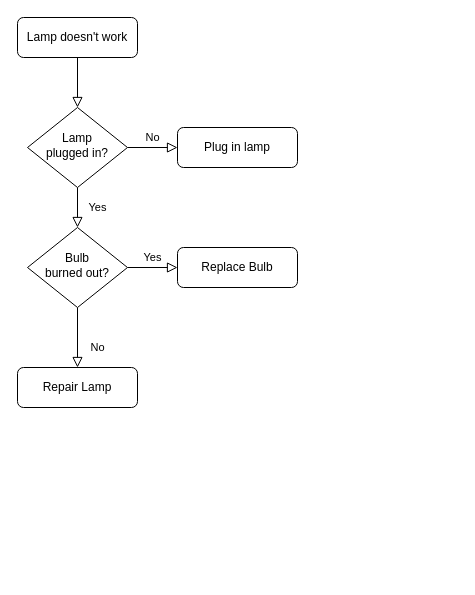
The draw.io diagram Untitled Diagram.drawio in heylovie/interfaith-hugo, before the edit. Source tidied: cells renumbered, new cells numbered last; positions are measured from the earlier drawing's top-left corner, leaving out a move shared by most shapes. Both pictures are drawn from the tidied source at 100%, with x=0, y=0 at pixel (17, 17).
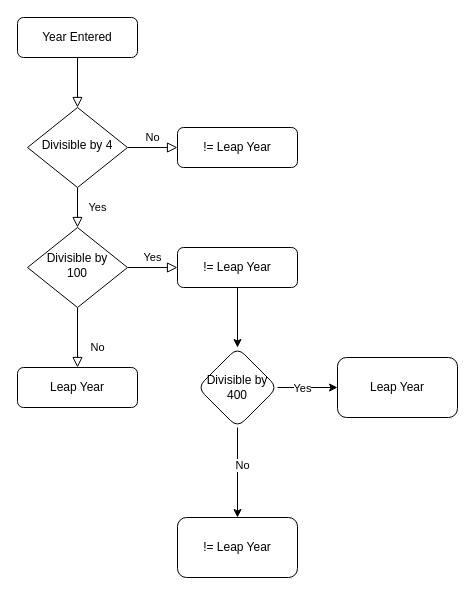
The same diagram, later.

The edit, as a diff of the source:
```diff
@@
-    <mxCell id="3" value="Lamp doesn't work" style="rounded=1;whiteSpace=wrap;html=1;fontSize=12;glass=0;strokeWidth=1;shadow=0;" parent="1" vertex="1">
+    <mxCell id="3" value="Year Entered" style="rounded=1;whiteSpace=wrap;html=1;fontSize=12;glass=0;strokeWidth=1;shadow=0;" parent="1" vertex="1">
       <mxGeometry width="120" height="40" as="geometry" />
     </mxCell>
@@
-    <mxCell id="6" value="Lamp&lt;br&gt;plugged in?" style="rhombus;whiteSpace=wrap;html=1;shadow=0;fontFamily=Helvetica;fontSize=12;align=center;strokeWidth=1;spacing=6;spacingTop=-4;" parent="1" vertex="1">
+    <mxCell id="6" value="Divisible by 4" style="rhombus;whiteSpace=wrap;html=1;shadow=0;fontFamily=Helvetica;fontSize=12;align=center;strokeWidth=1;spacing=6;spacingTop=-4;rounded=1;arcSize=0;" parent="1" vertex="1">
       <mxGeometry x="10" y="90" width="100" height="80" as="geometry" />
     </mxCell>
-    <mxCell id="7" value="Plug in lamp" style="rounded=1;whiteSpace=wrap;html=1;fontSize=12;glass=0;strokeWidth=1;shadow=0;" parent="1" vertex="1">
+    <mxCell id="7" value="!= Leap Year" style="rounded=1;whiteSpace=wrap;html=1;fontSize=12;glass=0;strokeWidth=1;shadow=0;" parent="1" vertex="1">
       <mxGeometry x="160" y="110" width="120" height="40" as="geometry" />
     </mxCell>
@@
-    <mxCell id="10" value="Bulb&lt;br&gt;burned out?" style="rhombus;whiteSpace=wrap;html=1;shadow=0;fontFamily=Helvetica;fontSize=12;align=center;strokeWidth=1;spacing=6;spacingTop=-4;" parent="1" vertex="1">
+    <mxCell id="10" value="Divisible by &lt;br&gt;100" style="rhombus;whiteSpace=wrap;html=1;shadow=0;fontFamily=Helvetica;fontSize=12;align=center;strokeWidth=1;spacing=6;spacingTop=-4;" parent="1" vertex="1">
       <mxGeometry x="10" y="210" width="100" height="80" as="geometry" />
     </mxCell>
-    <mxCell id="11" value="Repair Lamp" style="rounded=1;whiteSpace=wrap;html=1;fontSize=12;glass=0;strokeWidth=1;shadow=0;" parent="1" vertex="1">
+    <mxCell id="11" value="Leap Year" style="rounded=1;whiteSpace=wrap;html=1;fontSize=12;glass=0;strokeWidth=1;shadow=0;" parent="1" vertex="1">
       <mxGeometry y="350" width="120" height="40" as="geometry" />
     </mxCell>
+    <mxCell id="13" style="edgeStyle=orthogonalEdgeStyle;rounded=0;jettySize=auto;html=1;" parent="1" edge="1" source="12" target="18">
+      <mxGeometry relative="1" as="geometry" />
+    </mxCell>
-    <mxCell id="12" value="Replace Bulb" style="rounded=1;whiteSpace=wrap;html=1;fontSize=12;glass=0;strokeWidth=1;shadow=0;" parent="1" vertex="1">
+    <mxCell id="12" value="!= Leap Year" style="rounded=1;whiteSpace=wrap;html=1;fontSize=12;glass=0;strokeWidth=1;shadow=0;" parent="1" vertex="1">
       <mxGeometry x="160" y="230" width="120" height="40" as="geometry" />
     </mxCell>
+    <mxCell id="14" style="edgeStyle=orthogonalEdgeStyle;rounded=0;jettySize=auto;html=1;" parent="1" edge="1" source="18" target="19">
+      <mxGeometry relative="1" as="geometry" />
+    </mxCell>
+    <mxCell id="15" value="Yes" style="edgeLabel;html=1;align=center;verticalAlign=middle;" parent="14" vertex="1">
+      <mxGeometry x="-0.2" relative="1" as="geometry" />
+    </mxCell>
+    <mxCell id="16" style="edgeStyle=orthogonalEdgeStyle;rounded=0;jettySize=auto;html=1;" parent="1" edge="1" source="18" target="20">
+      <mxGeometry relative="1" as="geometry" />
+    </mxCell>
+    <mxCell id="17" value="No" style="edgeLabel;html=1;align=center;verticalAlign=middle;" parent="16" vertex="1">
+      <mxGeometry x="-0.18" y="4" relative="1" as="geometry" />
+    </mxCell>
+    <mxCell id="18" value="Divisible by&lt;br&gt;400" style="rhombus;whiteSpace=wrap;html=1;rounded=1;glass=0;strokeWidth=1;shadow=0;" parent="1" vertex="1">
+      <mxGeometry x="180" y="330" width="80" height="80" as="geometry" />
+    </mxCell>
+    <mxCell id="19" value="Leap Year" style="whiteSpace=wrap;html=1;rounded=1;glass=0;strokeWidth=1;shadow=0;" parent="1" vertex="1">
+      <mxGeometry x="320" y="340" width="120" height="60" as="geometry" />
+    </mxCell>
+    <mxCell id="20" value="!= Leap Year" style="whiteSpace=wrap;html=1;rounded=1;glass=0;strokeWidth=1;shadow=0;" parent="1" vertex="1">
+      <mxGeometry x="160" y="500" width="120" height="60" as="geometry" />
+    </mxCell>
```
